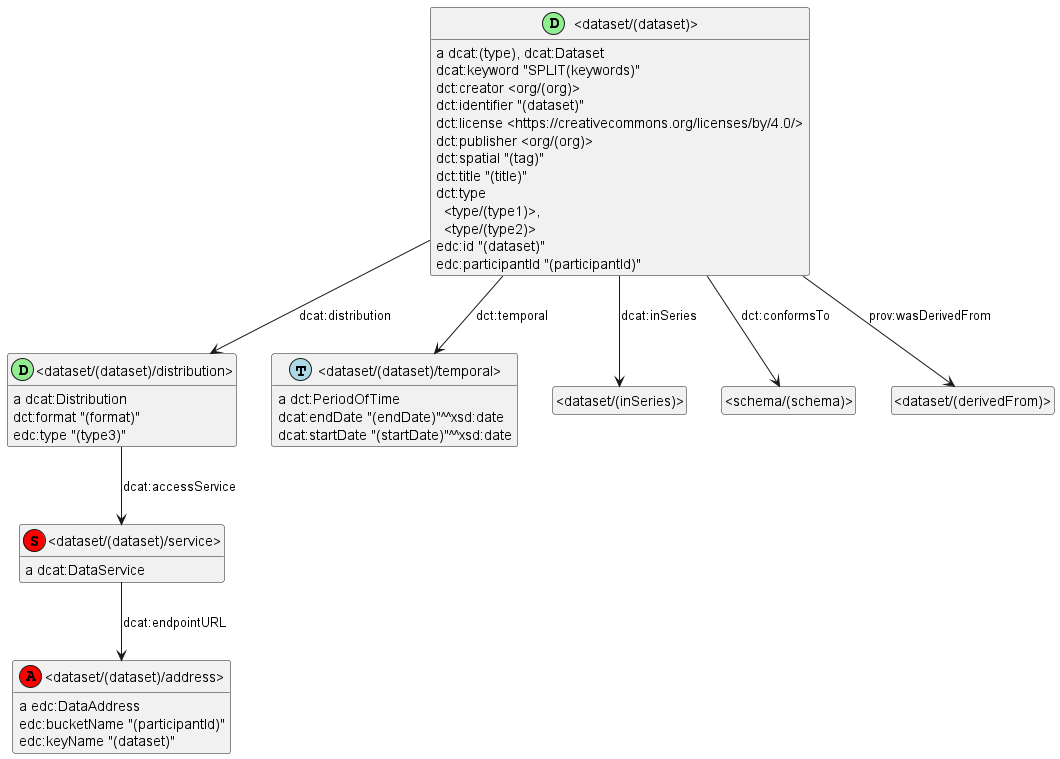
Earlier version of the PlantUML export dataset-extra.png (underpin-project/model).
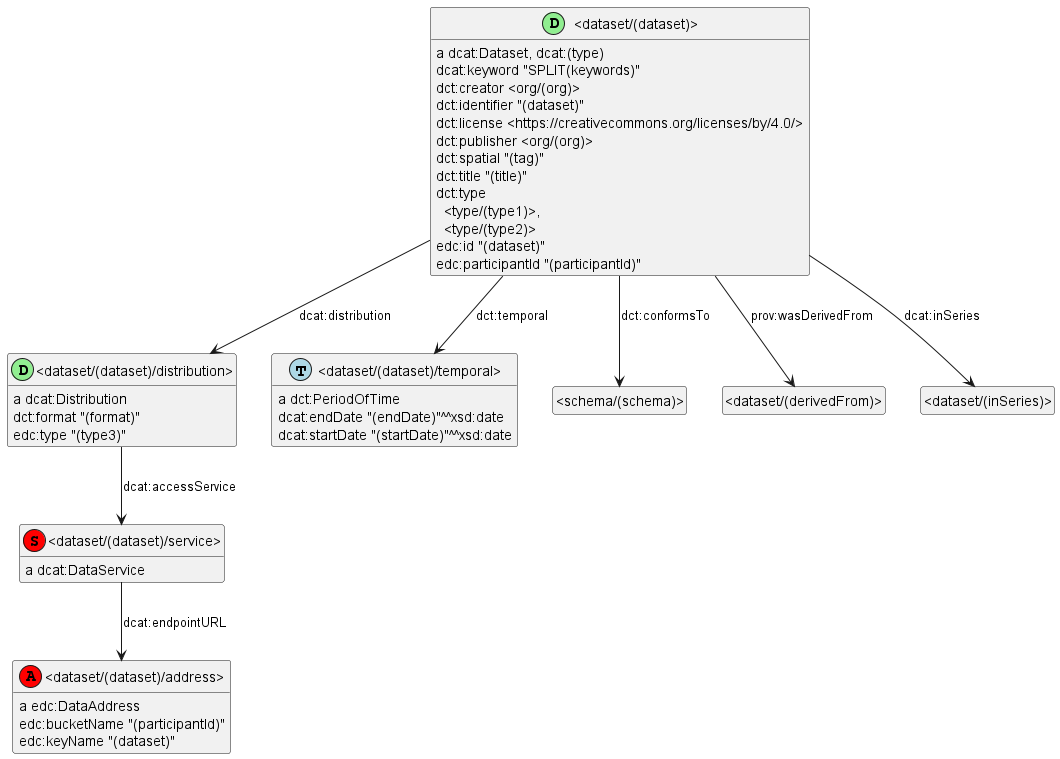
Above is the later version.

Change to the diagram source:
```diff
@@ -17,24 +17,15 @@
 class _dataset_dataset_address_ as "<dataset/(dataset)/address>"
 class _dataset_dataset_address_ <<(A,red)>>
 show _dataset_dataset_address_ circle
-_dataset_dataset_service_ : {field} a dcat:DataService
-_dataset_dataset_service_ -down-> _dataset_dataset_address_ : dcat:endpointURL
-_dataset_dataset_distribution_ : {field} a dcat:Distribution
-_dataset_dataset_distribution_ -down-> _dataset_dataset_service_ : dcat:accessService
-_dataset_dataset_distribution_ : {field} dct:format "(format)"
-_dataset_dataset_distribution_ : {field} edc:type "(type3)"
-_dataset_dataset_address_ : {field} a edc:DataAddress
-_dataset_dataset_address_ : {field} edc:bucketName "(participantId)"
-_dataset_dataset_address_ : {field} edc:keyName "(dataset)"
-_dataset_dataset_ : {field} a dcat:(type), dcat:Dataset
+_dataset_dataset_ : {field} a dcat:Dataset, dcat:(type)
 _dataset_dataset_ -down-> _dataset_dataset_distribution_ : dcat:distribution
+class _schema_schema_ as "<schema/(schema)>"
+_dataset_dataset_ -down-> _schema_schema_ : dct:conformsTo
+class _dataset_derivedFrom_ as "<dataset/(derivedFrom)>"
+_dataset_dataset_ -down-> _dataset_derivedFrom_ : prov:wasDerivedFrom
 class _dataset_inSeries_ as "<dataset/(inSeries)>"
 _dataset_dataset_ -down-> _dataset_inSeries_ : dcat:inSeries
-class _schema_schema_ as "<schema/(schema)>"
-_dataset_dataset_ -down-> _schema_schema_ : dct:conformsTo
 _dataset_dataset_ -down-> _dataset_dataset_temporal_ : dct:temporal
-class _dataset_derivedFrom_ as "<dataset/(derivedFrom)>"
-_dataset_dataset_ -down-> _dataset_derivedFrom_ : prov:wasDerivedFrom
 _dataset_dataset_ : {field} dcat:keyword "SPLIT(keywords)"
 _dataset_dataset_ : {field} dct:creator <org/(org)>
 _dataset_dataset_ : {field} dct:identifier "(dataset)"
@@ -45,6 +36,15 @@
 _dataset_dataset_ : {field} dct:type\n  <type/(type1)>,\n  <type/(type2)>
 _dataset_dataset_ : {field} edc:id "(dataset)"
 _dataset_dataset_ : {field} edc:participantId "(participantId)"
+_dataset_dataset_distribution_ : {field} a dcat:Distribution
+_dataset_dataset_distribution_ -down-> _dataset_dataset_service_ : dcat:accessService
+_dataset_dataset_distribution_ : {field} dct:format "(format)"
+_dataset_dataset_distribution_ : {field} edc:type "(type3)"
+_dataset_dataset_address_ : {field} a edc:DataAddress
+_dataset_dataset_address_ : {field} edc:bucketName "(participantId)"
+_dataset_dataset_address_ : {field} edc:keyName "(dataset)"
+_dataset_dataset_service_ : {field} a dcat:DataService
+_dataset_dataset_service_ -down-> _dataset_dataset_address_ : dcat:endpointURL
 _dataset_dataset_temporal_ : {field} a dct:PeriodOfTime
 _dataset_dataset_temporal_ : {field} dcat:endDate "(endDate)"^^xsd:date
 _dataset_dataset_temporal_ : {field} dcat:startDate "(startDate)"^^xsd:date
```
